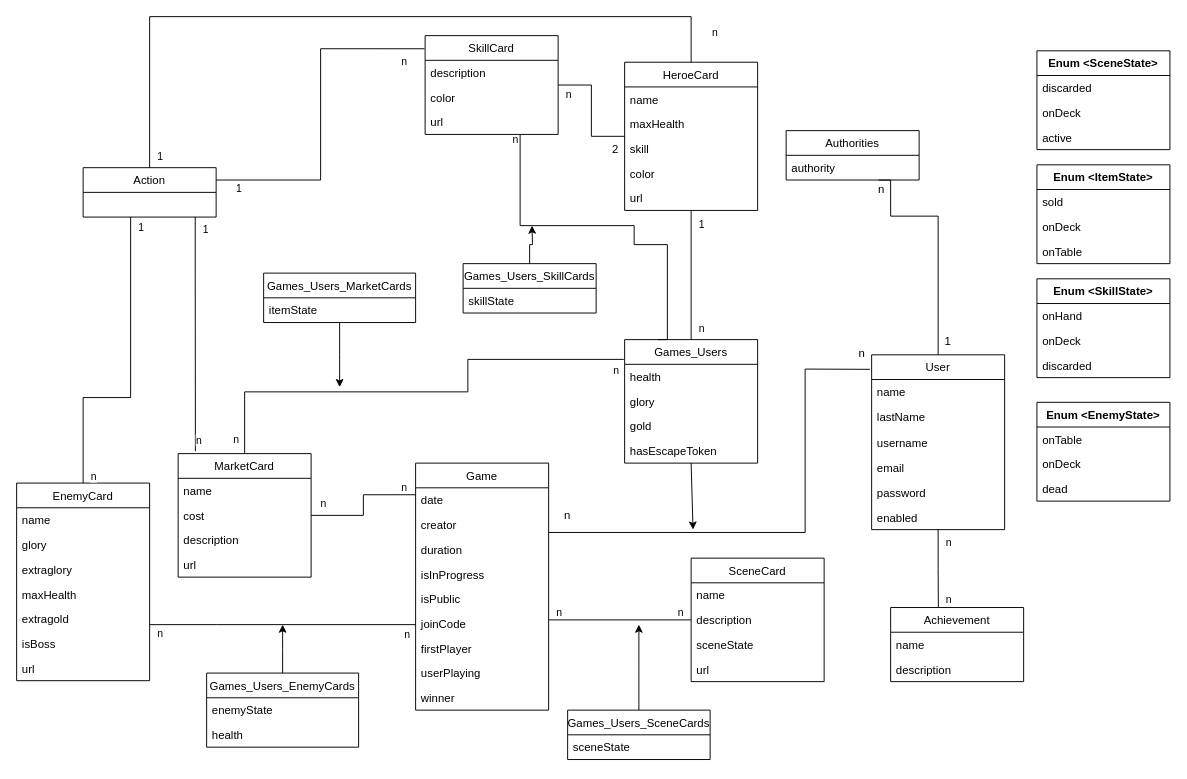
Before: docs/modeloConceptual.drawio in gii-is-DP1/dp1-2021-2022-g7-02, a draw.io diagram. Source tidied: cells renumbered, new cells numbered last; positions are measured from the earlier drawing's top-left corner, leaving out a move shared by most shapes. Both pictures are drawn from the tidied source at 95%, with x=0, y=0 at pixel (16, 16).
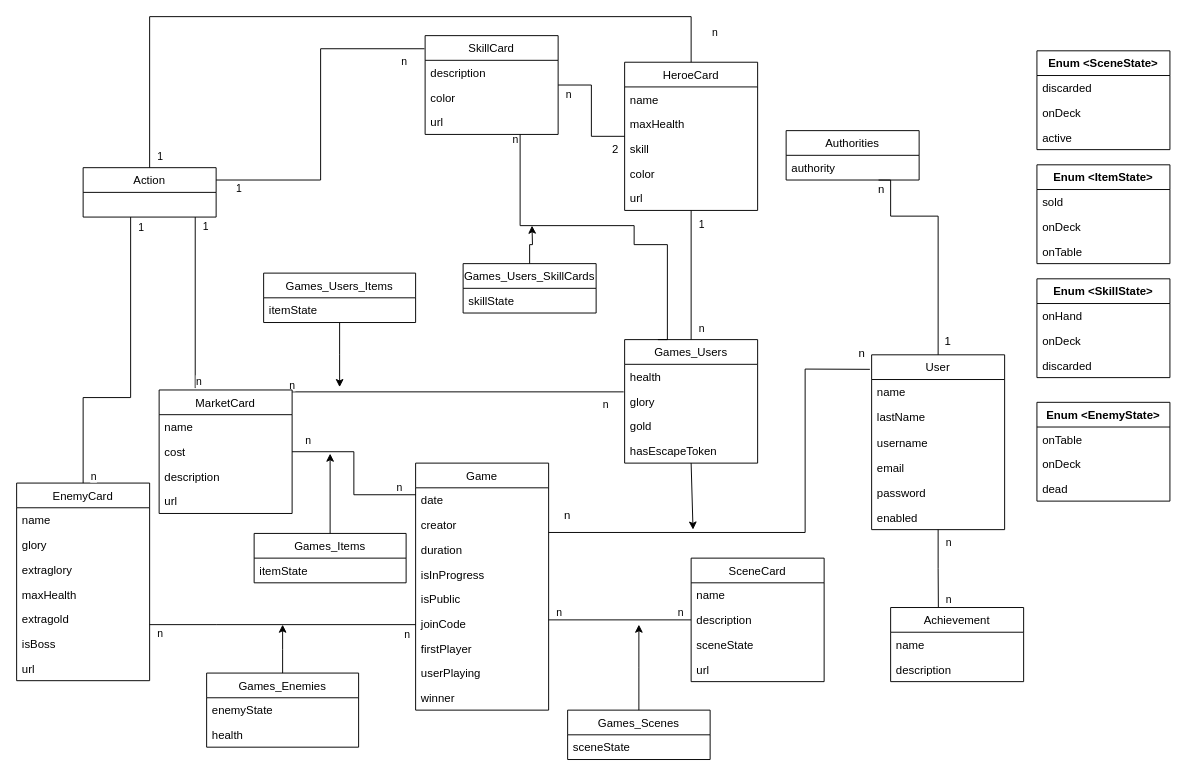
The same diagram, later.

The change refers to these unchanged cells:
```xml
<mxCell id="35" value="Games_Users" style="swimlane;fontStyle=0;horizontal=1;startSize=26;fillColor=none;" parent="1" vertex="1">
  <mxGeometry x="640" y="340" width="140" height="130" as="geometry" />
</mxCell>
<mxCell id="114" value="Action" style="swimlane;fontStyle=0;horizontal=1;startSize=26;fillColor=none;" parent="1" vertex="1">
  <mxGeometry x="70" y="159" width="140" height="52" as="geometry" />
</mxCell>
```

Change to the diagram source:
```diff
@@
-    <mxCell id="66" style="edgeStyle=orthogonalEdgeStyle;rounded=0;jettySize=auto;html=1;entryX=-0.006;entryY=0.16;entryDx=0;entryDy=0;entryPerimeter=0;startArrow=none;startFill=0;endArrow=none;endFill=0;" parent="1" edge="1" source="69" target="35">
+    <mxCell id="66" style="edgeStyle=orthogonalEdgeStyle;rounded=0;jettySize=auto;html=1;startArrow=none;startFill=0;endArrow=none;endFill=0;" parent="1" edge="1" source="69">
       <mxGeometry relative="1" as="geometry">
+        <mxPoint x="639" y="395" as="targetPoint" />
         <Array as="points">
           <mxPoint x="240" y="395" />
           <mxPoint x="475" y="395" />
         </Array>
       </mxGeometry>
     </mxCell>
@@
     <mxCell id="68" value="n" style="edgeLabel;html=1;align=center;verticalAlign=middle;" parent="66" vertex="1">
       <mxGeometry x="0.94" y="-1" relative="1" as="geometry">
-        <mxPoint x="7" y="11" as="offset" />
+        <mxPoint x="-10" y="11" as="offset" />
       </mxGeometry>
     </mxCell>
     <mxCell id="69" value="MarketCard" style="swimlane;fontStyle=0;horizontal=1;startSize=26;fillColor=none;" parent="1" vertex="1">
-      <mxGeometry x="170" y="460" width="140" height="130" as="geometry" />
+      <mxGeometry x="150" y="393" width="140" height="130" as="geometry" />
     </mxCell>
@@
-    <mxCell id="108" style="edgeStyle=orthogonalEdgeStyle;rounded=0;jettySize=auto;html=1;entryX=0.13;entryY=-0.019;entryDx=0;entryDy=0;entryPerimeter=0;startArrow=none;startFill=0;endArrow=none;endFill=0;" parent="1" edge="1" source="114" target="69">
+    <mxCell id="108" style="edgeStyle=orthogonalEdgeStyle;rounded=0;jettySize=auto;html=1;startArrow=none;startFill=0;endArrow=none;endFill=0;" parent="1" edge="1" source="114">
       <mxGeometry relative="1" as="geometry">
+        <mxPoint x="188" y="391" as="targetPoint" />
         <Array as="points">
-          <mxPoint x="188" y="270" />
-          <mxPoint x="188" y="270" />
+          <mxPoint x="188" y="391" />
         </Array>
       </mxGeometry>
     </mxCell>
@@
-    <mxCell id="120" value="Games_Users_MarketCards" style="swimlane;fontStyle=0;horizontal=1;startSize=26;fillColor=none;" parent="1" vertex="1">
+    <mxCell id="120" value="Games_Users_Items" style="swimlane;fontStyle=0;horizontal=1;startSize=26;fillColor=none;" parent="1" vertex="1">
       <mxGeometry x="260" y="270" width="160" height="52" as="geometry" />
     </mxCell>
@@
-    <mxCell id="123" value="Games_Users_EnemyCards" style="swimlane;fontStyle=0;horizontal=1;startSize=26;fillColor=none;" parent="1" vertex="1">
+    <mxCell id="123" value="Games_Enemies" style="swimlane;fontStyle=0;horizontal=1;startSize=26;fillColor=none;" parent="1" vertex="1">
       <mxGeometry x="200" y="691" width="160" height="78" as="geometry" />
     </mxCell>
@@
-    <mxCell id="127" value="Games_Users_SceneCards" style="swimlane;fontStyle=0;horizontal=1;startSize=26;fillColor=none;" parent="1" vertex="1">
+    <mxCell id="127" value="Games_Scenes" style="swimlane;fontStyle=0;horizontal=1;startSize=26;fillColor=none;" parent="1" vertex="1">
       <mxGeometry x="580" y="730" width="150" height="52" as="geometry" />
     </mxCell>
@@
+    <mxCell id="129" style="edgeStyle=orthogonalEdgeStyle;rounded=0;jettySize=auto;html=1;" parent="1" edge="1" source="130">
+      <mxGeometry relative="1" as="geometry">
+        <mxPoint x="330" y="460" as="targetPoint" />
+      </mxGeometry>
+    </mxCell>
+    <mxCell id="130" value="Games_Items" style="swimlane;fontStyle=0;horizontal=1;startSize=26;fillColor=none;" parent="1" vertex="1">
+      <mxGeometry x="250" y="544" width="160" height="52" as="geometry" />
+    </mxCell>
+    <mxCell id="131" value="itemState" style="text;strokeColor=none;fillColor=none;align=left;verticalAlign=top;spacingLeft=4;spacingRight=4;overflow=hidden;" parent="130" vertex="1">
+      <mxGeometry y="26" width="160" height="26" as="geometry" />
+    </mxCell>
```
